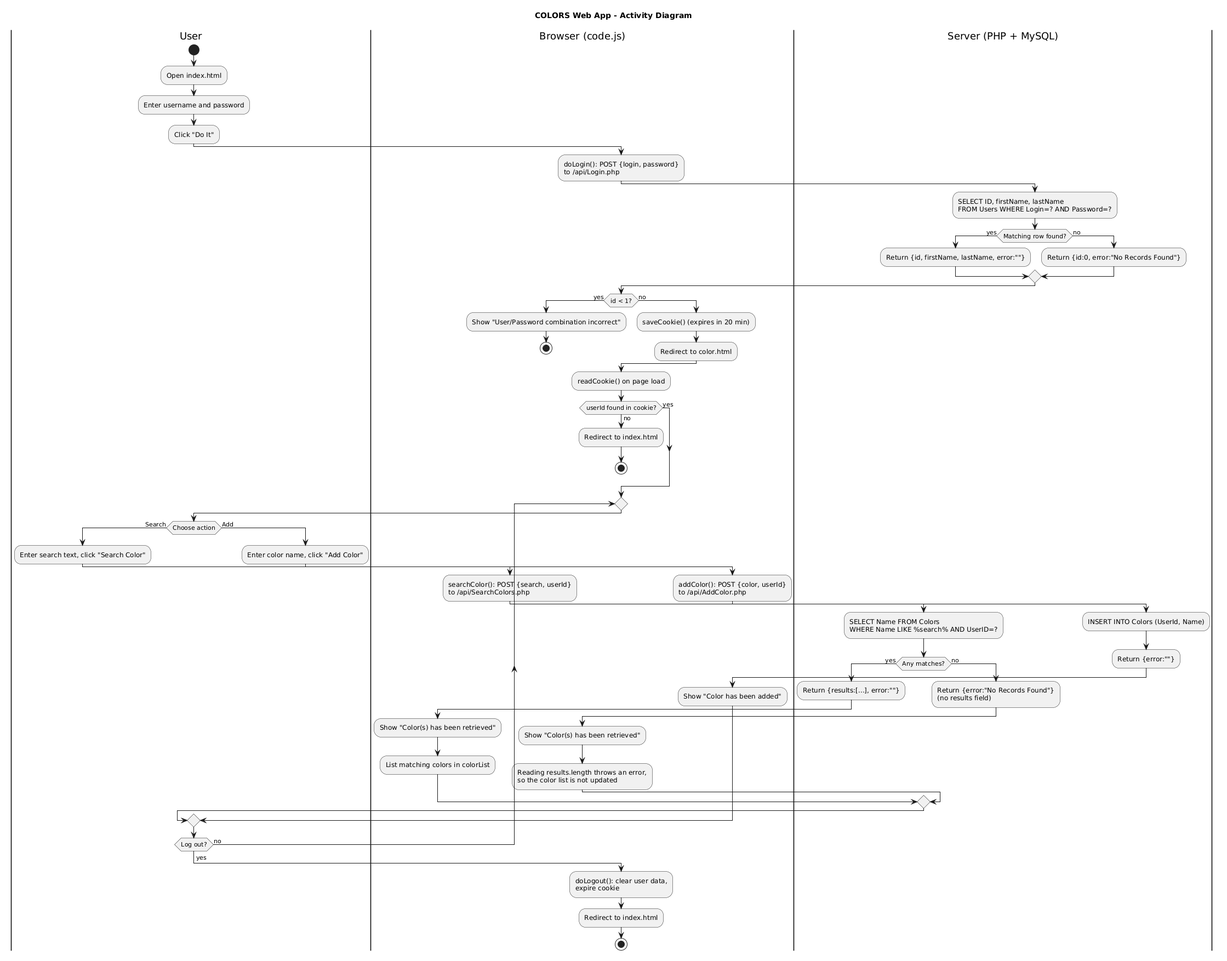
Earlier version of the PlantUML export docs/uml/activity.png (1337kareem/assignment-1). Source of this version:
```plantuml
@startuml
title COLORS Web App - Activity Diagram

|User|
start
:Open index.html;
:Enter username and password;
:Click "Do It";

|Browser (code.js)|
:doLogin(): POST {login, password}
to /api/Login.php;

|Server (PHP + MySQL)|
:SELECT ID, firstName, lastName
FROM Users WHERE Login=? AND Password=?;
if (Matching row found?) then (yes)
  :Return {id, firstName, lastName, error:""};
else (no)
  :Return {id:0, error:"No Records Found"};
endif

|Browser (code.js)|
if (id < 1?) then (yes)
  :Show "User/Password combination incorrect";
  stop
else (no)
  :saveCookie() (expires in 20 min);
  :Redirect to color.html;
endif

:readCookie() on page load;
if (userId found in cookie?) then (no)
  :Redirect to index.html;
  stop
else (yes)
endif

repeat
  |User|
  if (Choose action) then (Search)
    :Enter search text, click "Search Color";
    |Browser (code.js)|
    :searchColor(): POST {search, userId}
    to /api/SearchColors.php;
    |Server (PHP + MySQL)|
    :SELECT Name FROM Colors
    WHERE Name LIKE %search% AND UserID=?;
    if (Any matches?) then (yes)
      :Return {results:[...], error:""};
      |Browser (code.js)|
      :Show "Color(s) has been retrieved";
      :List matching colors in colorList;
    else (no)
      |Server (PHP + MySQL)|
      :Return {error:"No Records Found"}
      (no results field);
      |Browser (code.js)|
      :Show "Color(s) has been retrieved";
      :Reading results.length throws an error,
      so the color list is not updated;
    endif
  else (Add)
    |User|
    :Enter color name, click "Add Color";
    |Browser (code.js)|
    :addColor(): POST {color, userId}
    to /api/AddColor.php;
    |Server (PHP + MySQL)|
    :INSERT INTO Colors (UserId, Name);
    :Return {error:""};
    |Browser (code.js)|
    :Show "Color has been added";
  endif
  |User|
repeat while (Log out?) is (no)
-> yes;
|Browser (code.js)|
:doLogout(): clear user data,
expire cookie;
:Redirect to index.html;
stop
@enduml
```
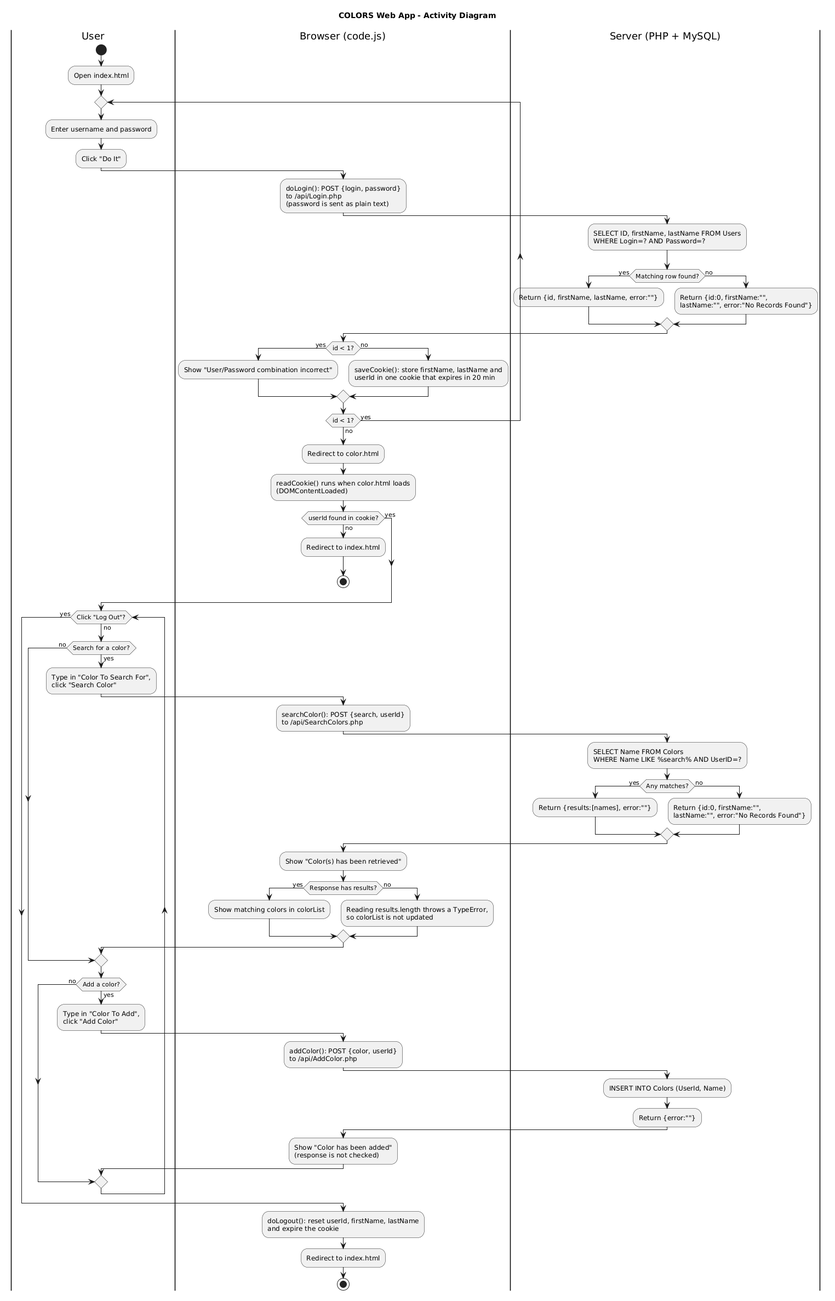
After the change.

Commit message:
Fix UML diagrams to match the code

The edit, as a diff of the source:
```diff
@@ -4,42 +4,44 @@
 |User|
 start
 :Open index.html;
-:Enter username and password;
-:Click "Do It";
-
-|Browser (code.js)|
-:doLogin(): POST {login, password}
-to /api/Login.php;
-
-|Server (PHP + MySQL)|
-:SELECT ID, firstName, lastName
-FROM Users WHERE Login=? AND Password=?;
-if (Matching row found?) then (yes)
-  :Return {id, firstName, lastName, error:""};
-else (no)
-  :Return {id:0, error:"No Records Found"};
-endif
-
-|Browser (code.js)|
-if (id < 1?) then (yes)
-  :Show "User/Password combination incorrect";
-  stop
-else (no)
-  :saveCookie() (expires in 20 min);
-  :Redirect to color.html;
-endif
-
-:readCookie() on page load;
+repeat
+  |User|
+  :Enter username and password;
+  :Click "Do It";
+  |Browser (code.js)|
+  :doLogin(): POST {login, password}
+  to /api/Login.php
+  (password is sent as plain text);
+  |Server (PHP + MySQL)|
+  :SELECT ID, firstName, lastName FROM Users
+  WHERE Login=? AND Password=?;
+  if (Matching row found?) then (yes)
+    :Return {id, firstName, lastName, error:""};
+  else (no)
+    :Return {id:0, firstName:"",
+    lastName:"", error:"No Records Found"};
+  endif
+  |Browser (code.js)|
+  if (id < 1?) then (yes)
+    :Show "User/Password combination incorrect";
+  else (no)
+    :saveCookie(): store firstName, lastName and
+    userId in one cookie that expires in 20 min;
+  endif
+repeat while (id < 1?) is (yes) not (no)
+:Redirect to color.html;
+:readCookie() runs when color.html loads
+(DOMContentLoaded);
 if (userId found in cookie?) then (no)
   :Redirect to index.html;
   stop
 else (yes)
 endif
-
-repeat
-  |User|
-  if (Choose action) then (Search)
-    :Enter search text, click "Search Color";
+|User|
+while (Click "Log Out"?) is (no)
+  if (Search for a color?) then (yes)
+    :Type in "Color To Search For",
+    click "Search Color";
     |Browser (code.js)|
     :searchColor(): POST {search, userId}
     to /api/SearchColors.php;
@@ -47,22 +49,25 @@
     :SELECT Name FROM Colors
     WHERE Name LIKE %search% AND UserID=?;
     if (Any matches?) then (yes)
-      :Return {results:[...], error:""};
-      |Browser (code.js)|
-      :Show "Color(s) has been retrieved";
-      :List matching colors in colorList;
+      :Return {results:[names], error:""};
     else (no)
-      |Server (PHP + MySQL)|
-      :Return {error:"No Records Found"}
-      (no results field);
-      |Browser (code.js)|
-      :Show "Color(s) has been retrieved";
-      :Reading results.length throws an error,
-      so the color list is not updated;
+      :Return {id:0, firstName:"",
+      lastName:"", error:"No Records Found"};
     endif
-  else (Add)
-    |User|
-    :Enter color name, click "Add Color";
+    |Browser (code.js)|
+    :Show "Color(s) has been retrieved";
+    if (Response has results?) then (yes)
+      :Show matching colors in colorList;
+    else (no)
+      :Reading results.length throws a TypeError,
+      so colorList is not updated;
+    endif
+  else (no)
+  endif
+  |User|
+  if (Add a color?) then (yes)
+    :Type in "Color To Add",
+    click "Add Color";
     |Browser (code.js)|
     :addColor(): POST {color, userId}
     to /api/AddColor.php;
@@ -70,14 +75,15 @@
     :INSERT INTO Colors (UserId, Name);
     :Return {error:""};
     |Browser (code.js)|
-    :Show "Color has been added";
+    :Show "Color has been added"
+    (response is not checked);
+  else (no)
   endif
   |User|
-repeat while (Log out?) is (no)
--> yes;
+endwhile (yes)
 |Browser (code.js)|
-:doLogout(): clear user data,
-expire cookie;
+:doLogout(): reset userId, firstName, lastName
+and expire the cookie;
 :Redirect to index.html;
 stop
 @enduml
```
